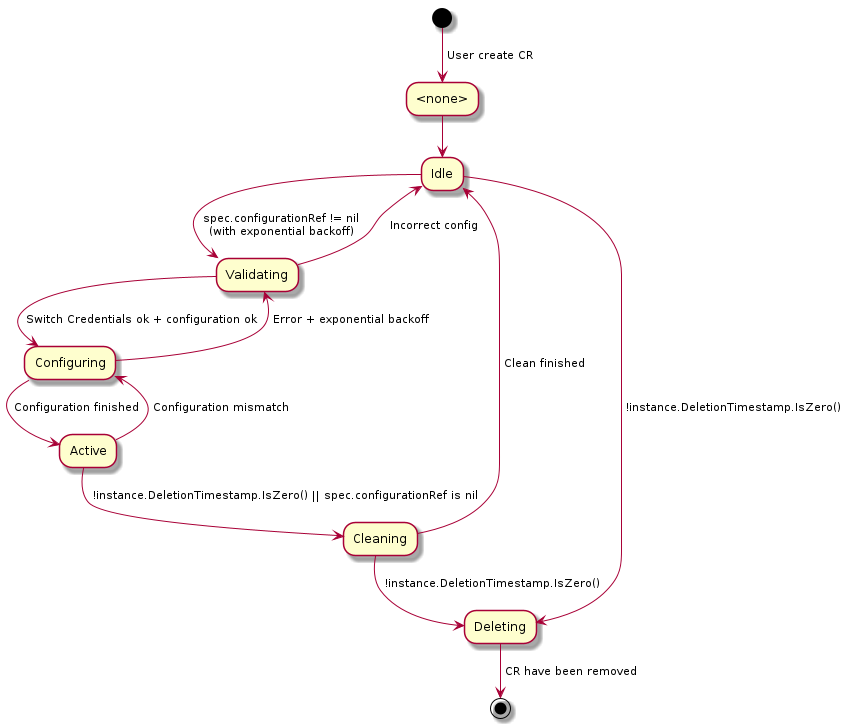
This is docs/state.png from Hellcatlk/network-operator, a PlantUML export, as it was before one commit.
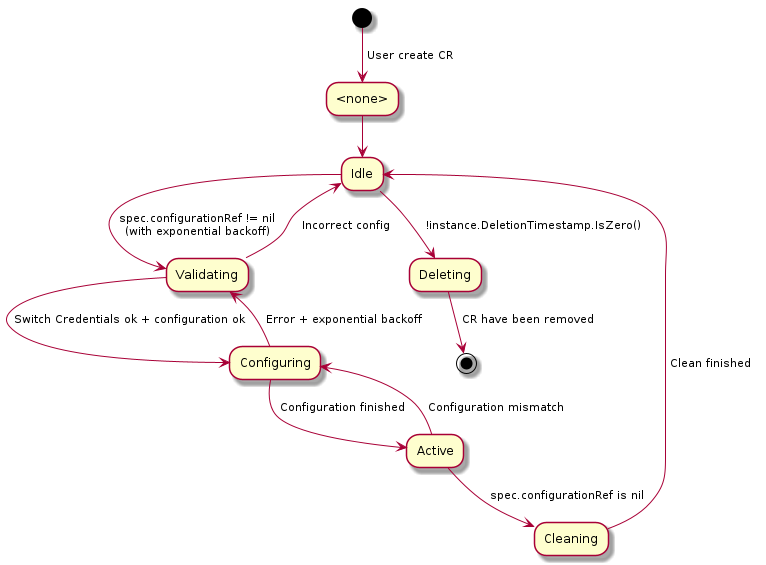
After the change.

What changed in the source:
```diff
@@ -14,10 +14,9 @@
 "Configuring" --> [ Error + exponential backoff ] "Validating"
 
 "Active" --> [ Configuration mismatch ] "Configuring"
-"Active" --> [ !instance.DeletionTimestamp.IsZero() || spec.configurationRef is nil ] "Cleaning"
+"Active" --> [ spec.configurationRef is nil ] "Cleaning"
 
 "Cleaning" --> [ Clean finished ] "Idle"
-"Cleaning" --> [ !instance.DeletionTimestamp.IsZero() ] "Deleting"
 
 "Deleting" --> [ CR have been removed ] (*)
 
```
